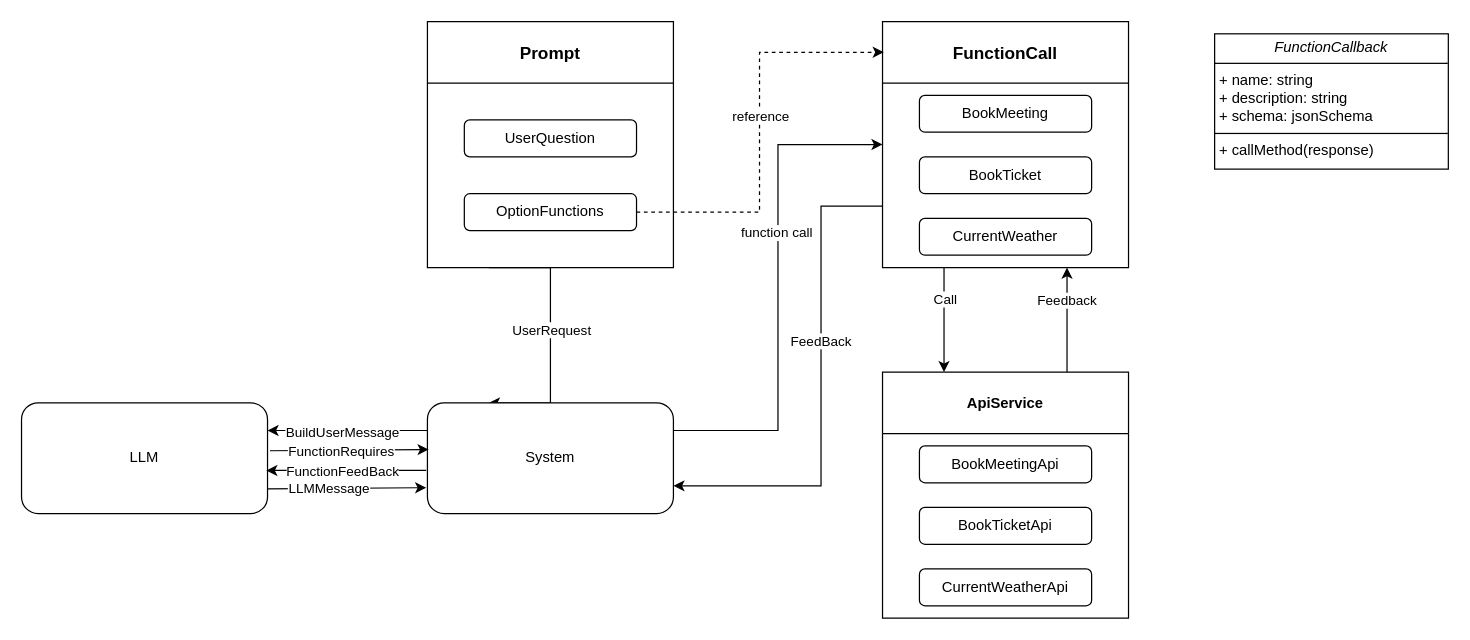
Above: page.drawio in kejoe-zhang/configRepo (draw.io), before the change. Source tidied: cells renumbered, new cells numbered last; positions are measured from the earlier drawing's top-left corner, leaving out a move shared by most shapes. Both pictures are drawn from the tidied source at 123%, with x=0, y=0 at pixel (21, 21).
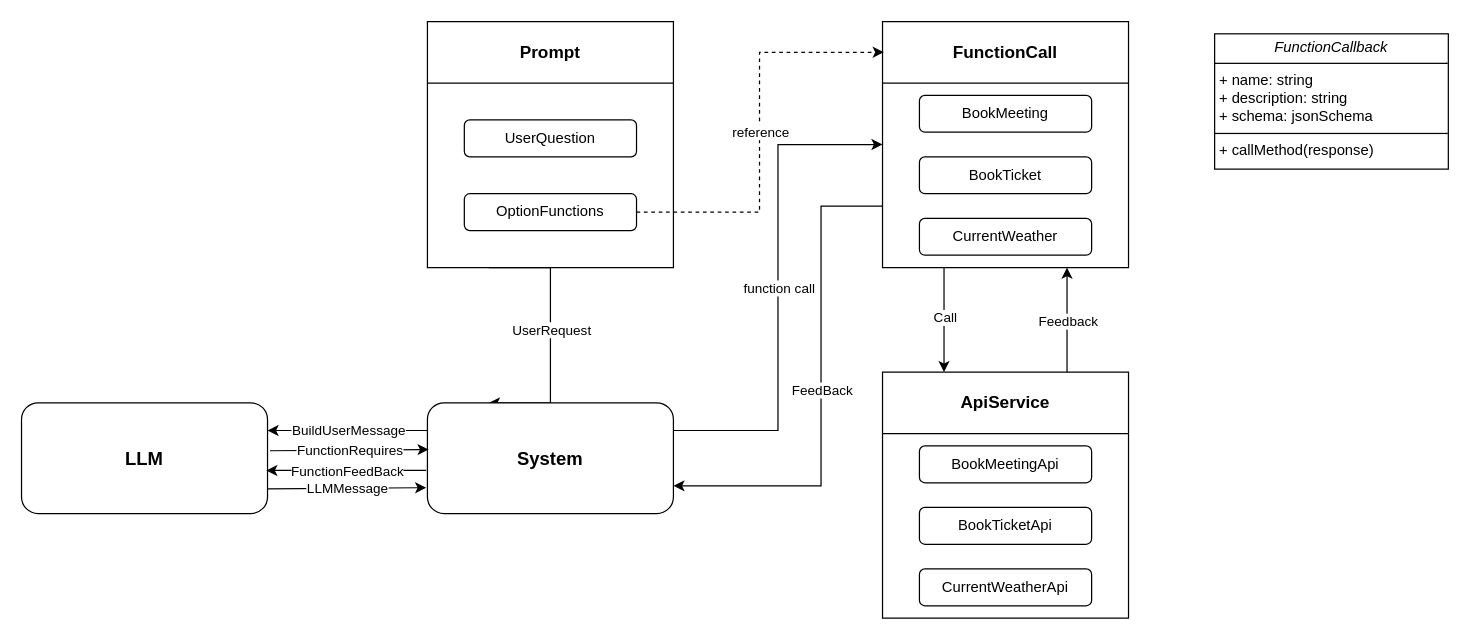
After the change.

The change refers to these unchanged cells:
```xml
<mxCell id="7" style="edgeStyle=orthogonalEdgeStyle;rounded=0;jettySize=auto;html=1;exitX=0.25;exitY=1;exitDx=0;exitDy=0;entryX=0.25;entryY=0;entryDx=0;entryDy=0;" parent="1" edge="1" source="13" target="19">
  <mxGeometry relative="1" as="geometry" />
</mxCell>
<mxCell id="9" style="edgeStyle=orthogonalEdgeStyle;rounded=0;jettySize=auto;html=1;exitX=0.75;exitY=1;exitDx=0;exitDy=0;entryX=0.75;entryY=0;entryDx=0;entryDy=0;endArrow=none;endFill=0;startArrow=classic;startFill=1;" parent="1" edge="1" source="13" target="19">
  <mxGeometry relative="1" as="geometry" />
</mxCell>
<mxCell id="11" style="edgeStyle=orthogonalEdgeStyle;rounded=0;jettySize=auto;html=1;exitX=0;exitY=0.75;exitDx=0;exitDy=0;entryX=1;entryY=0.75;entryDx=0;entryDy=0;" parent="1" edge="1" source="13" target="27">
  <mxGeometry relative="1" as="geometry">
    <Array as="points">
      <mxPoint x="650" y="150" />
      <mxPoint x="650" y="378" />
    </Array>
  </mxGeometry>
</mxCell>
<mxCell id="23" style="edgeStyle=orthogonalEdgeStyle;rounded=0;jettySize=auto;html=1;exitX=1;exitY=0.5;exitDx=0;exitDy=0;entryX=0.005;entryY=0.125;entryDx=0;entryDy=0;entryPerimeter=0;dashed=1;" parent="1" edge="1" source="6" target="13">
  <mxGeometry relative="1" as="geometry" />
</mxCell>
<mxCell id="25" style="edgeStyle=orthogonalEdgeStyle;rounded=0;jettySize=auto;html=1;exitX=1;exitY=0.25;exitDx=0;exitDy=0;entryX=0;entryY=0.5;entryDx=0;entryDy=0;" parent="1" edge="1" source="27" target="13">
  <mxGeometry relative="1" as="geometry" />
</mxCell>
<mxCell id="28" style="endArrow=classic;html=1;rounded=0;entryX=1;entryY=0.25;entryDx=0;entryDy=0;exitX=0;exitY=0.25;exitDx=0;exitDy=0;" parent="1" edge="1" source="27" target="17">
  <mxGeometry relative="1" as="geometry" />
</mxCell>
<mxCell id="30" style="endArrow=classic;html=1;rounded=0;exitX=1.01;exitY=0.433;exitDx=0;exitDy=0;exitPerimeter=0;entryX=0.005;entryY=0.422;entryDx=0;entryDy=0;entryPerimeter=0;" parent="1" edge="1" source="17" target="27">
  <mxGeometry relative="1" as="geometry" />
</mxCell>
<mxCell id="32" style="endArrow=classic;html=1;rounded=0;entryX=1;entryY=0.25;entryDx=0;entryDy=0;exitX=0;exitY=0.25;exitDx=0;exitDy=0;" parent="1" edge="1">
  <mxGeometry relative="1" as="geometry">
    <mxPoint x="329" y="365" as="sourcePoint" />
    <mxPoint x="199" y="365" as="targetPoint" />
  </mxGeometry>
</mxCell>
<mxCell id="34" style="endArrow=classic;html=1;rounded=0;exitX=1.01;exitY=0.433;exitDx=0;exitDy=0;exitPerimeter=0;entryX=0.005;entryY=0.422;entryDx=0;entryDy=0;entryPerimeter=0;" parent="1" edge="1">
  <mxGeometry relative="1" as="geometry">
    <mxPoint x="200" y="380" as="sourcePoint" />
    <mxPoint x="329" y="379" as="targetPoint" />
  </mxGeometry>
</mxCell>
```

The edit, as a diff of the source:
```diff
@@
-    <mxCell id="4" value="Prompt" style="swimlane;startSize=50;fontSize=14;" parent="1" vertex="1">
+    <mxCell id="4" value="Prompt" style="swimlane;startSize=50;fontSize=14;whiteSpace=wrap;" parent="1" vertex="1">
       <mxGeometry x="330" width="200" height="200" as="geometry" />
     </mxCell>
@@
     <mxCell id="8" value="Call" style="edgeLabel;html=1;align=center;verticalAlign=middle;" parent="7" vertex="1">
-      <mxGeometry x="-0.41" relative="1" as="geometry" />
+      <mxGeometry x="-0.41" relative="1" as="geometry">
+        <mxPoint y="15" as="offset" />
+      </mxGeometry>
     </mxCell>
@@
     <mxCell id="10" value="Feedback" style="edgeLabel;html=1;align=center;verticalAlign=middle;" parent="9" vertex="1">
-      <mxGeometry x="-0.39" y="-1" relative="1" as="geometry" />
+      <mxGeometry relative="1" as="geometry" />
     </mxCell>
@@
     <mxCell id="12" value="FeedBack" style="edgeLabel;html=1;align=center;verticalAlign=middle;" parent="11" vertex="1">
-      <mxGeometry x="-0.2" y="-1" relative="1" as="geometry" />
+      <mxGeometry relative="1" as="geometry" />
     </mxCell>
-    <mxCell id="13" value="FunctionCall" style="swimlane;startSize=50;fontSize=14;" parent="1" vertex="1">
+    <mxCell id="13" value="FunctionCall" style="swimlane;startSize=50;fontSize=14;whiteSpace=wrap;" parent="1" vertex="1">
       <mxGeometry x="700" width="200" height="200" as="geometry" />
     </mxCell>
@@
-    <mxCell id="17" value="LLM" style="rounded=1;whiteSpace=wrap;html=1;" parent="1" vertex="1">
+    <mxCell id="17" value="LLM" style="rounded=1;whiteSpace=wrap;html=1;fontSize=15;fontStyle=1;" parent="1" vertex="1">
       <mxGeometry y="310" width="200" height="90" as="geometry" />
     </mxCell>
@@
-    <mxCell id="19" value="ApiService" style="swimlane;startSize=50;" parent="1" vertex="1">
+    <mxCell id="19" value="ApiService" style="swimlane;startSize=50;whiteSpace=wrap;fontSize=14;" parent="1" vertex="1">
       <mxGeometry x="700" y="285" width="200" height="200" as="geometry" />
     </mxCell>
@@
     <mxCell id="24" value="reference" style="edgeLabel;html=1;align=center;verticalAlign=middle;" parent="23" vertex="1">
-      <mxGeometry x="0.08" relative="1" as="geometry" />
+      <mxGeometry relative="1" as="geometry" />
     </mxCell>
@@
     <mxCell id="26" value="function call" style="edgeLabel;html=1;align=center;verticalAlign=middle;" parent="25" vertex="1">
-      <mxGeometry x="0.22" y="2" relative="1" as="geometry" />
+      <mxGeometry relative="1" as="geometry" />
     </mxCell>
-    <mxCell id="27" value="System" style="rounded=1;whiteSpace=wrap;html=1;" parent="1" vertex="1">
+    <mxCell id="27" value="System" style="rounded=1;whiteSpace=wrap;html=1;fontSize=15;fontStyle=1;" parent="1" vertex="1">
       <mxGeometry x="330" y="310" width="200" height="90" as="geometry" />
     </mxCell>
@@
     <mxCell id="29" value="BuildUserMessage" style="edgeLabel;html=1;align=center;verticalAlign=middle;" parent="28" vertex="1">
-      <mxGeometry x="-0.08" y="1" relative="1" as="geometry">
-        <mxPoint x="-10" as="offset" />
-      </mxGeometry>
+      <mxGeometry relative="1" as="geometry" />
     </mxCell>
@@
     <mxCell id="31" value="FunctionRequires" style="edgeLabel;html=1;align=center;verticalAlign=middle;" parent="30" vertex="1">
-      <mxGeometry x="-0.29" relative="1" as="geometry">
-        <mxPoint x="12" y="1" as="offset" />
-      </mxGeometry>
+      <mxGeometry relative="1" as="geometry" />
     </mxCell>
@@
     <mxCell id="33" value="FunctionFeedBack" style="edgeLabel;html=1;align=center;verticalAlign=middle;" parent="32" vertex="1">
-      <mxGeometry x="0.4" relative="1" as="geometry">
-        <mxPoint x="22" as="offset" />
-      </mxGeometry>
+      <mxGeometry relative="1" as="geometry" />
     </mxCell>
@@
     <mxCell id="35" value="LLMMessage" style="edgeLabel;html=1;align=center;verticalAlign=middle;" parent="34" vertex="1">
-      <mxGeometry x="-0.29" relative="1" as="geometry">
-        <mxPoint x="4" as="offset" />
-      </mxGeometry>
+      <mxGeometry relative="1" as="geometry" />
     </mxCell>
```
